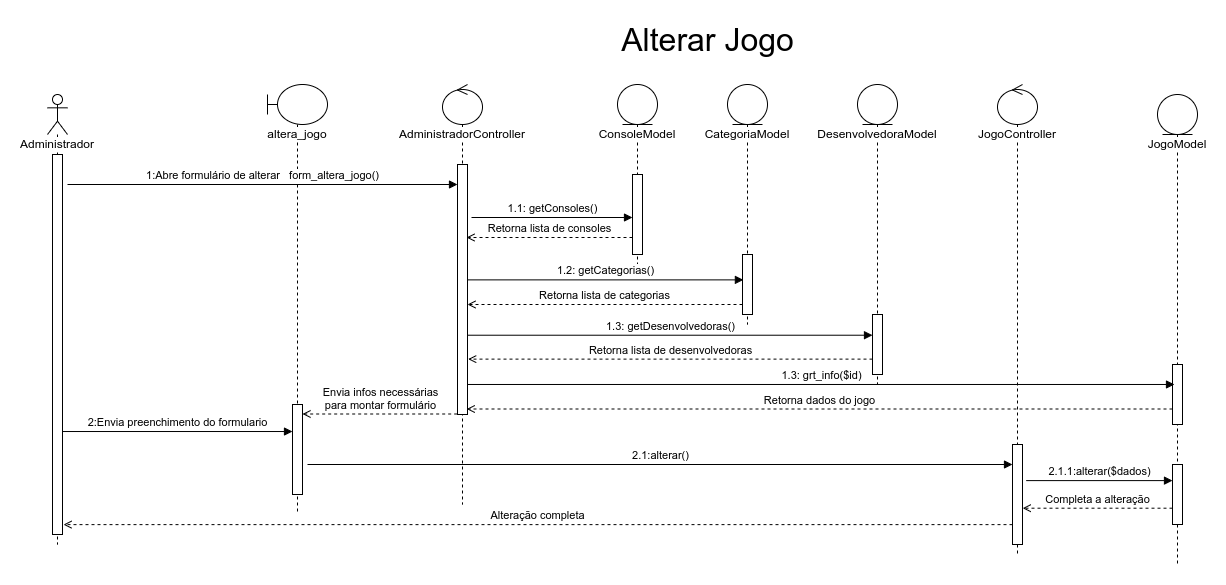
Earlier version of the draw.io export docs/Diagramas/Diagrama-Sequência/Sequencia-Jogo Alterar.drawio.png (joaopaulo7/GCC188-Projeto-Final). Source tidied: cells renumbered, new cells last; positions are measured from the earlier drawing's top-left corner, leaving out a move shared by most shapes.
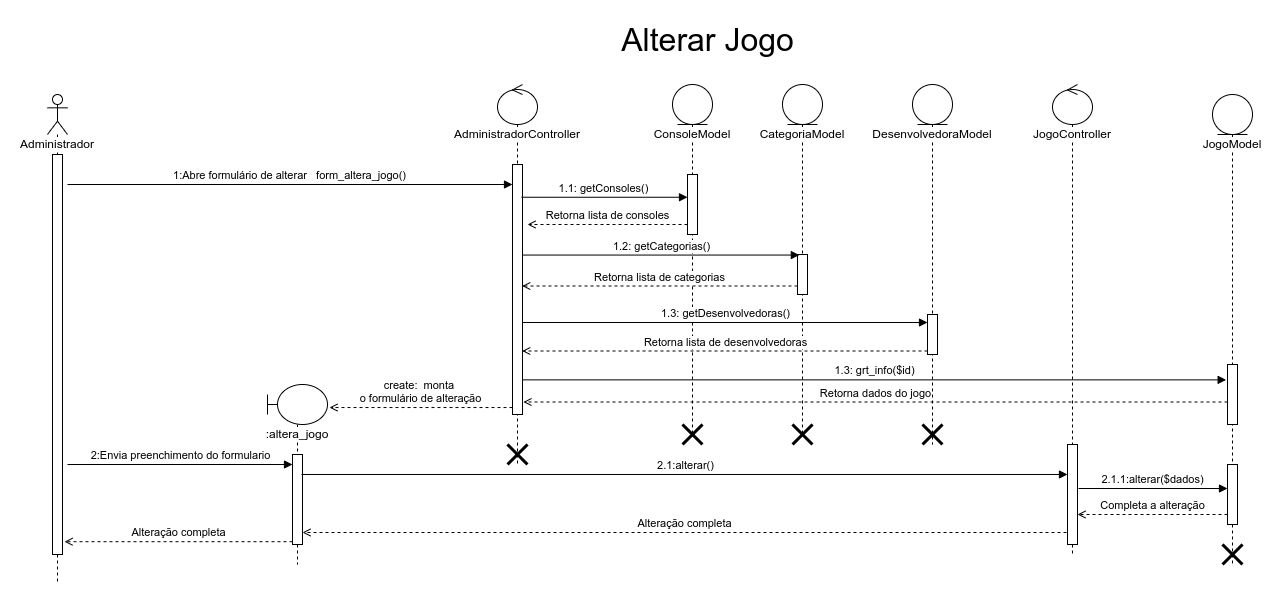
The same diagram one commit later.

Change to the diagram source:
```diff
@@ -3,78 +3,86 @@
     <mxCell id="0" />
     <mxCell id="1" parent="0" />
     <mxCell id="2" value="&lt;span style=&quot;background-color: rgb(255 , 255 , 255)&quot;&gt;Administrador&lt;/span&gt;" style="shape=umlLifeline;participant=umlActor;perimeter=lifelinePerimeter;whiteSpace=wrap;html=1;verticalAlign=top;spacingTop=36;" parent="1" vertex="1">
-      <mxGeometry y="70" width="20" height="450" as="geometry" />
+      <mxGeometry x="-55" y="70" width="20" height="490" as="geometry" />
     </mxCell>
     <mxCell id="3" style="html=1;points=[];perimeter=orthogonalPerimeter;fillColor=default;" parent="2" vertex="1">
-      <mxGeometry x="5" y="60" width="10" height="380" as="geometry" />
+      <mxGeometry x="5" y="60" width="10" height="400" as="geometry" />
     </mxCell>
-    <mxCell id="4" value="&lt;span style=&quot;background-color: rgb(255 , 255 , 255)&quot;&gt;altera_jogo&lt;/span&gt;" style="shape=umlLifeline;participant=umlBoundary;perimeter=lifelinePerimeter;whiteSpace=wrap;html=1;verticalAlign=top;spacingTop=36;outlineConnect=0;" parent="1" vertex="1">
-      <mxGeometry x="220" y="60" width="60" height="430" as="geometry" />
+    <mxCell id="4" value="&lt;span style=&quot;background-color: rgb(255 , 255 , 255)&quot;&gt;:altera_jogo&lt;/span&gt;" style="shape=umlLifeline;participant=umlBoundary;perimeter=lifelinePerimeter;whiteSpace=wrap;html=1;verticalAlign=top;spacingTop=36;outlineConnect=0;" parent="1" vertex="1">
+      <mxGeometry x="165" y="360" width="60" height="180" as="geometry" />
     </mxCell>
     <mxCell id="5" style="html=1;points=[];perimeter=orthogonalPerimeter;fillColor=default;" parent="4" vertex="1">
-      <mxGeometry x="25" y="320" width="10" height="90" as="geometry" />
+      <mxGeometry x="25" y="70" width="10" height="90" as="geometry" />
     </mxCell>
     <mxCell id="6" value="&lt;span style=&quot;background-color: rgb(255 , 255 , 255)&quot;&gt;AdministradorController&lt;/span&gt;" style="shape=umlLifeline;participant=umlControl;perimeter=lifelinePerimeter;whiteSpace=wrap;html=1;verticalAlign=top;spacingTop=36;fillColor=default;" parent="1" vertex="1">
-      <mxGeometry x="395" y="60" width="40" height="420" as="geometry" />
+      <mxGeometry x="395" y="60" width="40" height="380" as="geometry" />
     </mxCell>
     <mxCell id="7" style="html=1;points=[];perimeter=orthogonalPerimeter;labelBackgroundColor=#FFFFFF;fillColor=default;" parent="6" vertex="1">
       <mxGeometry x="15" y="80" width="10" height="250" as="geometry" />
     </mxCell>
+    <mxCell id="35" style="shape=umlDestroy;whiteSpace=wrap;html=1;strokeWidth=3;" parent="6" vertex="1">
+      <mxGeometry x="10" y="360" width="20" height="20" as="geometry" />
+    </mxCell>
-    <mxCell id="8" value="2:Envia preenchimento do formulario" style="html=1;verticalAlign=bottom;endArrow=block;rounded=0;exitX=0.952;exitY=0.729;exitDx=0;exitDy=0;exitPerimeter=0;" parent="1" edge="1" source="3" target="5">
+    <mxCell id="8" value="2:Envia preenchimento do formulario" style="html=1;verticalAlign=bottom;endArrow=block;rounded=0;exitX=1.5;exitY=0.775;exitDx=0;exitDy=0;exitPerimeter=0;" parent="1" edge="1" source="3" target="5">
       <mxGeometry relative="1" as="geometry" />
     </mxCell>
     <mxCell id="9" value="ConsoleModel" style="shape=umlLifeline;participant=umlEntity;perimeter=lifelinePerimeter;whiteSpace=wrap;html=1;verticalAlign=top;spacingTop=36;labelBackgroundColor=#FFFFFF;fillColor=default;" parent="1" vertex="1">
-      <mxGeometry x="570" y="60" width="40" height="190" as="geometry" />
+      <mxGeometry x="570" y="60" width="40" height="350" as="geometry" />
     </mxCell>
     <mxCell id="10" style="html=1;points=[];perimeter=orthogonalPerimeter;labelBackgroundColor=#FFFFFF;fillColor=default;" parent="9" vertex="1">
-      <mxGeometry x="15" y="90" width="10" height="80" as="geometry" />
+      <mxGeometry x="15" y="90" width="10" height="60" as="geometry" />
     </mxCell>
+    <mxCell id="36" style="shape=umlDestroy;whiteSpace=wrap;html=1;strokeWidth=3;" parent="9" vertex="1">
+      <mxGeometry x="10" y="340" width="20" height="20" as="geometry" />
+    </mxCell>
-    <mxCell id="11" value="1.1: getConsoles()" style="html=1;verticalAlign=bottom;endArrow=block;rounded=0;exitX=1.4;exitY=0.212;exitDx=0;exitDy=0;exitPerimeter=0;" parent="1" edge="1" source="7" target="10">
+    <mxCell id="11" value="1.1: getConsoles()" style="html=1;verticalAlign=bottom;endArrow=block;rounded=0;exitX=0.914;exitY=0.131;exitDx=0;exitDy=0;exitPerimeter=0;" parent="1" edge="1" source="7" target="10">
       <mxGeometry relative="1" as="geometry" />
     </mxCell>
-    <mxCell id="12" value="Retorna lista de consoles" style="html=1;verticalAlign=bottom;endArrow=open;rounded=0;dashed=1;entryX=0.9;entryY=0.292;entryDx=0;entryDy=0;entryPerimeter=0;endFill=0;" parent="1" edge="1" source="10" target="7">
-      <mxGeometry relative="1" as="geometry" />
+    <mxCell id="12" value="Retorna lista de consoles" style="html=1;verticalAlign=bottom;endArrow=open;rounded=0;dashed=1;endFill=0;" parent="1" edge="1" source="10">
+      <mxGeometry relative="1" as="geometry">
+        <mxPoint x="425" y="200" as="targetPoint" />
+      </mxGeometry>
     </mxCell>
     <mxCell id="13" value="&lt;font style=&quot;font-size: 32px&quot;&gt;Alterar Jogo&lt;/font&gt;" style="text;html=1;align=center;verticalAlign=middle;strokeColor=none;fillColor=none;" parent="1" vertex="1">
-      <mxGeometry x="565" width="190" height="30" as="geometry" />
+      <mxGeometry x="510" width="190" height="30" as="geometry" />
     </mxCell>
     <mxCell id="14" value="1:Abre formulário de alterar&amp;nbsp; &amp;nbsp;form_altera_jogo()" style="html=1;verticalAlign=bottom;endArrow=block;rounded=0;exitX=1;exitY=0.454;exitDx=0;exitDy=0;exitPerimeter=0;entryX=0;entryY=0.08;entryDx=0;entryDy=0;entryPerimeter=0;" parent="1" edge="1" target="7">
       <mxGeometry relative="1" as="geometry">
-        <mxPoint x="20" y="160" as="sourcePoint" />
+        <mxPoint x="-35" y="160" as="sourcePoint" />
       </mxGeometry>
     </mxCell>
-    <mxCell id="15" value="Envia infos necessárias&lt;br&gt;para montar formulário" style="html=1;verticalAlign=bottom;endArrow=open;rounded=0;dashed=1;endFill=0;exitX=-0.033;exitY=0.998;exitDx=0;exitDy=0;exitPerimeter=0;" parent="1" edge="1" source="7" target="5">
+    <mxCell id="15" value="create:&amp;nbsp;&amp;nbsp;monta &lt;br&gt;o formulário de alteração" style="html=1;verticalAlign=bottom;endArrow=open;rounded=0;dashed=1;endFill=0;entryX=1.033;entryY=0.128;entryDx=0;entryDy=0;entryPerimeter=0;" parent="1" edge="1" source="7" target="4">
       <mxGeometry relative="1" as="geometry" />
     </mxCell>
     <mxCell id="16" value="CategoriaModel" style="shape=umlLifeline;participant=umlEntity;perimeter=lifelinePerimeter;whiteSpace=wrap;html=1;verticalAlign=top;spacingTop=36;labelBackgroundColor=#FFFFFF;fillColor=default;" parent="1" vertex="1">
-      <mxGeometry x="680" y="60" width="40" height="240" as="geometry" />
+      <mxGeometry x="680" y="60" width="40" height="350" as="geometry" />
     </mxCell>
+    <mxCell id="37" style="shape=umlDestroy;whiteSpace=wrap;html=1;strokeWidth=3;" parent="16" vertex="1">
+      <mxGeometry x="10" y="340" width="20" height="20" as="geometry" />
+    </mxCell>
     <mxCell id="17" style="html=1;points=[];perimeter=orthogonalPerimeter;labelBackgroundColor=#FFFFFF;fillColor=default;" parent="16" vertex="1">
-      <mxGeometry x="15" y="170" width="10" height="60" as="geometry" />
+      <mxGeometry x="15" y="170" width="10" height="40" as="geometry" />
     </mxCell>
     <mxCell id="18" value="DesenvolvedoraModel" style="shape=umlLifeline;participant=umlEntity;perimeter=lifelinePerimeter;whiteSpace=wrap;html=1;verticalAlign=top;spacingTop=36;labelBackgroundColor=#FFFFFF;fillColor=default;" parent="1" vertex="1">
-      <mxGeometry x="810" y="60" width="40" height="300" as="geometry" />
+      <mxGeometry x="810" y="60" width="40" height="360" as="geometry" />
     </mxCell>
     <mxCell id="19" style="html=1;points=[];perimeter=orthogonalPerimeter;labelBackgroundColor=#FFFFFF;fillColor=default;" parent="18" vertex="1">
-      <mxGeometry x="15" y="230" width="10" height="60" as="geometry" />
+      <mxGeometry x="15" y="230" width="10" height="40" as="geometry" />
     </mxCell>
+    <mxCell id="38" style="shape=umlDestroy;whiteSpace=wrap;html=1;strokeWidth=3;" parent="18" vertex="1">
+      <mxGeometry x="10" y="340" width="20" height="20" as="geometry" />
+    </mxCell>
-    <mxCell id="20" value="1.2: getCategorias()" style="html=1;verticalAlign=bottom;endArrow=block;rounded=0;entryX=0.09;entryY=0.423;entryDx=0;entryDy=0;entryPerimeter=0;" parent="1" edge="1" source="7" target="17">
+    <mxCell id="20" value="1.2: getCategorias()" style="html=1;verticalAlign=bottom;endArrow=block;rounded=0;entryX=0.186;entryY=0.014;entryDx=0;entryDy=0;entryPerimeter=0;" parent="1" edge="1" source="7" target="17">
       <mxGeometry relative="1" as="geometry" />
     </mxCell>
-    <mxCell id="21" value="Retorna lista de categorias" style="html=1;verticalAlign=bottom;endArrow=open;rounded=0;dashed=1;entryX=1.2;entryY=0.26;entryDx=0;entryDy=0;entryPerimeter=0;endFill=0;" parent="1" edge="1" source="17">
-      <mxGeometry relative="1" as="geometry">
-        <mxPoint x="420" y="280" as="targetPoint" />
-      </mxGeometry>
+    <mxCell id="21" value="Retorna lista de categorias" style="html=1;verticalAlign=bottom;endArrow=open;rounded=0;dashed=1;entryX=0.971;entryY=0.486;entryDx=0;entryDy=0;entryPerimeter=0;endFill=0;" parent="1" edge="1" source="17" target="7">
+      <mxGeometry relative="1" as="geometry" />
     </mxCell>
-    <mxCell id="22" value="1.3: getDesenvolvedoras()" style="html=1;verticalAlign=bottom;endArrow=block;rounded=0;exitX=0.934;exitY=0.387;exitDx=0;exitDy=0;exitPerimeter=0;" parent="1" edge="1" target="19">
-      <mxGeometry relative="1" as="geometry">
-        <mxPoint x="420" y="310.7" as="sourcePoint" />
-      </mxGeometry>
+    <mxCell id="22" value="1.3: getDesenvolvedoras()" style="html=1;verticalAlign=bottom;endArrow=block;rounded=0;exitX=1.029;exitY=0.632;exitDx=0;exitDy=0;exitPerimeter=0;" parent="1" edge="1" source="7" target="19">
+      <mxGeometry relative="1" as="geometry" />
     </mxCell>
-    <mxCell id="23" value="Retorna lista de desenvolvedoras" style="html=1;verticalAlign=bottom;endArrow=open;rounded=0;dashed=1;entryX=1.2;entryY=0.26;entryDx=0;entryDy=0;entryPerimeter=0;endFill=0;" parent="1" edge="1" source="19">
-      <mxGeometry relative="1" as="geometry">
-        <mxPoint x="420.7" y="334.6" as="targetPoint" />
-      </mxGeometry>
+    <mxCell id="23" value="Retorna lista de desenvolvedoras" style="html=1;verticalAlign=bottom;endArrow=open;rounded=0;dashed=1;entryX=0.971;entryY=0.746;entryDx=0;entryDy=0;entryPerimeter=0;endFill=0;" parent="1" edge="1" source="19" target="7">
+      <mxGeometry relative="1" as="geometry" />
     </mxCell>
     <mxCell id="24" value="JogoModel" style="shape=umlLifeline;participant=umlEntity;perimeter=lifelinePerimeter;whiteSpace=wrap;html=1;verticalAlign=top;spacingTop=36;labelBackgroundColor=#FFFFFF;fillColor=default;" parent="1" vertex="1">
       <mxGeometry x="1110" y="70" width="40" height="470" as="geometry" />
@@ -85,10 +93,11 @@
     <mxCell id="26" style="html=1;points=[];perimeter=orthogonalPerimeter;labelBackgroundColor=#FFFFFF;fillColor=default;" parent="24" vertex="1">
       <mxGeometry x="15" y="270" width="10" height="60" as="geometry" />
     </mxCell>
+    <mxCell id="39" style="shape=umlDestroy;whiteSpace=wrap;html=1;strokeWidth=3;" parent="24" vertex="1">
+      <mxGeometry x="10" y="450" width="20" height="20" as="geometry" />
+    </mxCell>
-    <mxCell id="27" value="2.1:alterar()" style="html=1;verticalAlign=bottom;endArrow=block;rounded=0;" parent="1" edge="1" target="29">
-      <mxGeometry relative="1" as="geometry">
-        <mxPoint x="260" y="440" as="sourcePoint" />
-      </mxGeometry>
+    <mxCell id="27" value="2.1:alterar()" style="html=1;verticalAlign=bottom;endArrow=block;rounded=0;exitX=0.9;exitY=0.222;exitDx=0;exitDy=0;exitPerimeter=0;" parent="1" edge="1" source="5" target="29">
+      <mxGeometry relative="1" as="geometry" />
     </mxCell>
     <mxCell id="28" value="&lt;span style=&quot;background-color: rgb(255 , 255 , 255)&quot;&gt;JogoController&lt;/span&gt;" style="shape=umlLifeline;participant=umlControl;perimeter=lifelinePerimeter;whiteSpace=wrap;html=1;verticalAlign=top;spacingTop=36;fillColor=default;" parent="1" vertex="1">
       <mxGeometry x="950" y="60" width="40" height="470" as="geometry" />
@@ -96,20 +105,23 @@
     <mxCell id="29" style="html=1;points=[];perimeter=orthogonalPerimeter;labelBackgroundColor=#FFFFFF;fontSize=12;fillColor=default;" parent="28" vertex="1">
       <mxGeometry x="15" y="360" width="10" height="100" as="geometry" />
     </mxCell>
-    <mxCell id="30" value="2.1.1:alterar($dados)" style="html=1;verticalAlign=bottom;endArrow=block;rounded=0;exitX=1.366;exitY=0.361;exitDx=0;exitDy=0;exitPerimeter=0;" parent="1" edge="1" source="29" target="25">
+    <mxCell id="30" value="2.1.1:alterar($dados)" style="html=1;verticalAlign=bottom;endArrow=block;rounded=0;exitX=1.1;exitY=0.44;exitDx=0;exitDy=0;exitPerimeter=0;" parent="1" edge="1" source="29" target="25">
       <mxGeometry relative="1" as="geometry" />
     </mxCell>
-    <mxCell id="31" value="Completa a alteração" style="html=1;verticalAlign=bottom;endArrow=open;rounded=0;dashed=1;entryX=1.021;entryY=0.637;entryDx=0;entryDy=0;entryPerimeter=0;endFill=0;" parent="1" edge="1" source="25" target="29">
+    <mxCell id="31" value="Completa a alteração" style="html=1;verticalAlign=bottom;endArrow=open;rounded=0;dashed=1;entryX=1;entryY=0.7;entryDx=0;entryDy=0;entryPerimeter=0;endFill=0;" parent="1" edge="1" source="25" target="29">
       <mxGeometry relative="1" as="geometry" />
     </mxCell>
-    <mxCell id="32" value="Alteração completa" style="html=1;verticalAlign=bottom;endArrow=open;rounded=0;dashed=1;entryX=1.1;entryY=0.974;entryDx=0;entryDy=0;entryPerimeter=0;endFill=0;" parent="1" edge="1" source="29" target="3">
+    <mxCell id="32" value="Alteração completa" style="html=1;verticalAlign=bottom;endArrow=open;rounded=0;dashed=1;endFill=0;exitX=-0.1;exitY=0.88;exitDx=0;exitDy=0;exitPerimeter=0;" parent="1" edge="1" source="29" target="5">
       <mxGeometry relative="1" as="geometry" />
     </mxCell>
-    <mxCell id="33" value="1.3: grt_info($id)" style="html=1;verticalAlign=bottom;endArrow=block;rounded=0;entryX=0.2;entryY=0.333;entryDx=0;entryDy=0;entryPerimeter=0;" parent="1" edge="1" source="7" target="26">
+    <mxCell id="33" value="1.3: grt_info($id)" style="html=1;verticalAlign=bottom;endArrow=block;rounded=0;entryX=-0.134;entryY=0.256;entryDx=0;entryDy=0;entryPerimeter=0;" parent="1" edge="1" source="7" target="26">
       <mxGeometry relative="1" as="geometry" />
     </mxCell>
-    <mxCell id="34" value="Retorna dados do jogo" style="html=1;verticalAlign=bottom;endArrow=open;rounded=0;dashed=1;entryX=0.919;entryY=0.978;entryDx=0;entryDy=0;entryPerimeter=0;endFill=0;" parent="1" edge="1" source="26" target="7">
+    <mxCell id="34" value="Retorna dados do jogo" style="html=1;verticalAlign=bottom;endArrow=open;rounded=0;dashed=1;entryX=1.09;entryY=0.95;entryDx=0;entryDy=0;entryPerimeter=0;endFill=0;" parent="1" edge="1" source="26" target="7">
       <mxGeometry relative="1" as="geometry" />
     </mxCell>
+    <mxCell id="40" value="Alteração completa" style="html=1;verticalAlign=bottom;endArrow=open;rounded=0;dashed=1;endFill=0;entryX=1.2;entryY=0.968;entryDx=0;entryDy=0;entryPerimeter=0;" parent="1" edge="1" source="5" target="3">
+      <mxGeometry relative="1" as="geometry" />
+    </mxCell>
   </root>
 </mxGraphModel>
```
